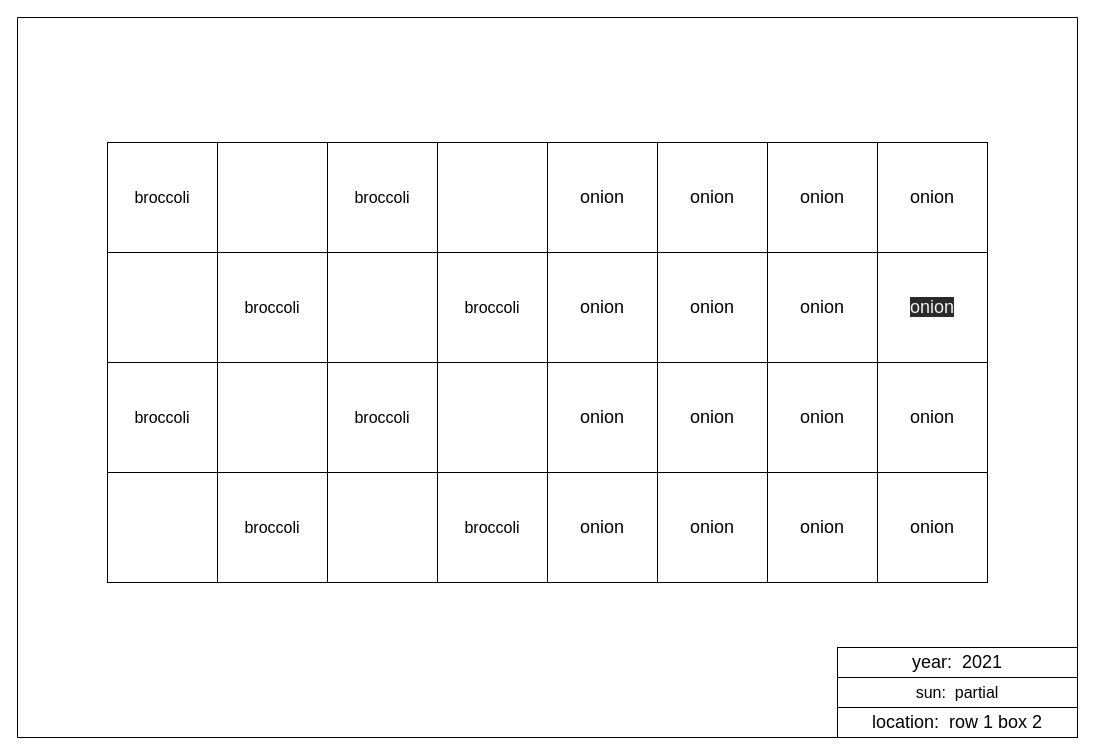
This is page "r1b2" (3 of 8) of garden-layout.drawio from jerry-burchard/garden-2022, a draw.io file, before an edit. Source tidied: cells renumbered, new cells numbered last; positions are measured from the earlier drawing's top-left corner, leaving out a move shared by most shapes. Both pictures are drawn from the tidied source at 100%, with x=0, y=0 at pixel (17, 17).
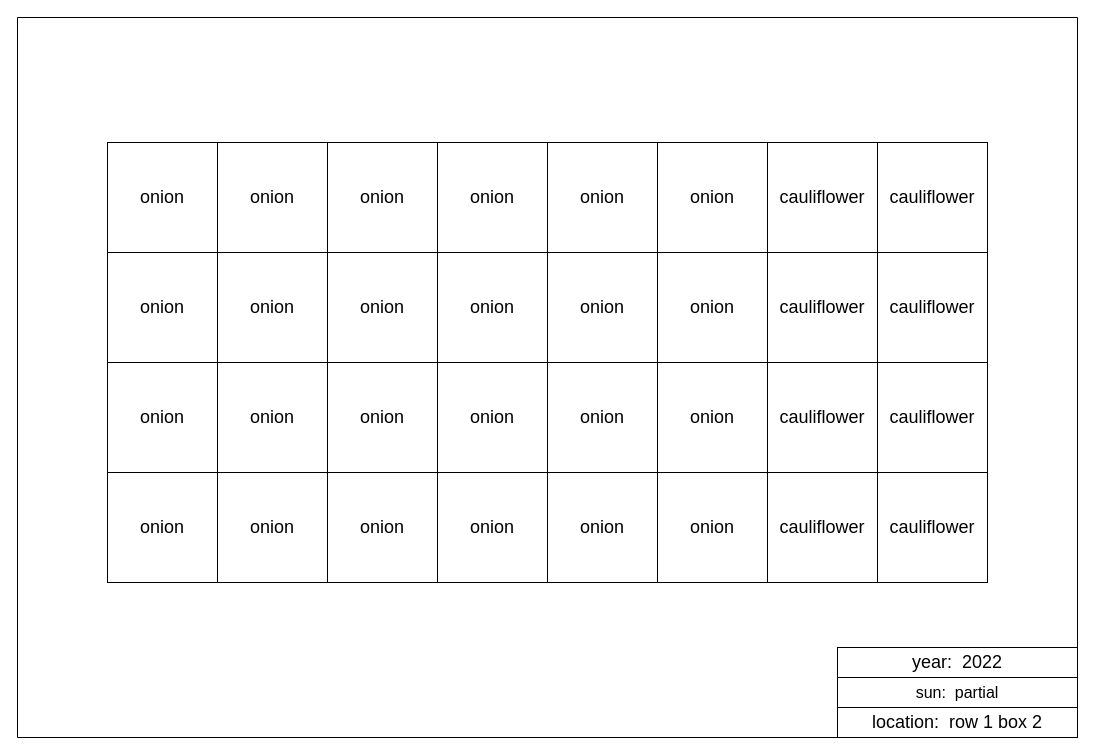
The same diagram, later.

Change to the diagram source:
```diff
@@
-    <mxCell id="2" value="&lt;span style=&quot;font-size: medium&quot;&gt;broccoli&lt;/span&gt;" style="whiteSpace=wrap;html=1;" parent="1" vertex="1">
+    <mxCell id="2" value="&lt;span style=&quot;font-size: 18px&quot;&gt;onion&lt;/span&gt;" style="whiteSpace=wrap;html=1;" parent="1" vertex="1">
       <mxGeometry x="90" y="125" width="110" height="110" as="geometry" />
     </mxCell>
-    <mxCell id="3" style="whiteSpace=wrap;html=1;" parent="1" vertex="1">
+    <mxCell id="3" value="&lt;span style=&quot;font-size: 18px&quot;&gt;onion&lt;/span&gt;" style="whiteSpace=wrap;html=1;" parent="1" vertex="1">
       <mxGeometry x="200" y="125" width="110" height="110" as="geometry" />
     </mxCell>
@@
-    <mxCell id="8" value="&lt;font style=&quot;font-size: 18px&quot;&gt;year:&amp;nbsp; 2021&lt;/font&gt;" style="rounded=0;whiteSpace=wrap;html=1;" parent="1" vertex="1">
+    <mxCell id="8" value="&lt;font style=&quot;font-size: 18px&quot;&gt;year:&amp;nbsp; 2022&lt;/font&gt;" style="rounded=0;whiteSpace=wrap;html=1;" parent="1" vertex="1">
       <mxGeometry x="820" y="630" width="240" height="30" as="geometry" />
     </mxCell>
@@
-    <mxCell id="11" style="whiteSpace=wrap;html=1;" parent="1" vertex="1">
+    <mxCell id="11" value="&lt;span style=&quot;font-size: 18px&quot;&gt;onion&lt;/span&gt;" style="whiteSpace=wrap;html=1;" parent="1" vertex="1">
       <mxGeometry x="90" y="235" width="110" height="110" as="geometry" />
     </mxCell>
-    <mxCell id="12" value="&lt;span style=&quot;font-size: medium&quot;&gt;broccoli&lt;/span&gt;" style="whiteSpace=wrap;html=1;" parent="1" vertex="1">
+    <mxCell id="12" value="&lt;span style=&quot;font-size: 18px&quot;&gt;onion&lt;/span&gt;" style="whiteSpace=wrap;html=1;" parent="1" vertex="1">
       <mxGeometry x="90" y="345" width="110" height="110" as="geometry" />
     </mxCell>
-    <mxCell id="13" style="whiteSpace=wrap;html=1;" parent="1" vertex="1">
+    <mxCell id="13" value="&lt;span style=&quot;font-size: 18px&quot;&gt;onion&lt;/span&gt;" style="whiteSpace=wrap;html=1;" parent="1" vertex="1">
       <mxGeometry x="90" y="455" width="110" height="110" as="geometry" />
     </mxCell>
-    <mxCell id="14" value="&lt;span style=&quot;font-size: medium&quot;&gt;broccoli&lt;/span&gt;" style="whiteSpace=wrap;html=1;" parent="1" vertex="1">
+    <mxCell id="14" value="&lt;span style=&quot;font-size: 18px&quot;&gt;onion&lt;/span&gt;" style="whiteSpace=wrap;html=1;" parent="1" vertex="1">
       <mxGeometry x="200" y="235" width="110" height="110" as="geometry" />
     </mxCell>
-    <mxCell id="15" style="whiteSpace=wrap;html=1;" parent="1" vertex="1">
+    <mxCell id="15" value="&lt;span style=&quot;font-size: 18px&quot;&gt;onion&lt;/span&gt;" style="whiteSpace=wrap;html=1;" parent="1" vertex="1">
       <mxGeometry x="200" y="345" width="110" height="110" as="geometry" />
     </mxCell>
-    <mxCell id="16" value="&lt;span style=&quot;font-size: medium&quot;&gt;broccoli&lt;/span&gt;" style="whiteSpace=wrap;html=1;" parent="1" vertex="1">
+    <mxCell id="16" value="&lt;span style=&quot;font-size: 18px&quot;&gt;onion&lt;/span&gt;" style="whiteSpace=wrap;html=1;" parent="1" vertex="1">
       <mxGeometry x="200" y="455" width="110" height="110" as="geometry" />
     </mxCell>
-    <mxCell id="17" value="&lt;span style=&quot;font-size: medium&quot;&gt;broccoli&lt;/span&gt;" style="whiteSpace=wrap;html=1;" parent="1" vertex="1">
+    <mxCell id="17" value="&lt;span style=&quot;font-size: 18px&quot;&gt;onion&lt;/span&gt;" style="whiteSpace=wrap;html=1;" parent="1" vertex="1">
       <mxGeometry x="310" y="125" width="110" height="110" as="geometry" />
     </mxCell>
-    <mxCell id="18" style="whiteSpace=wrap;html=1;" parent="1" vertex="1">
+    <mxCell id="18" value="&lt;span style=&quot;font-size: 18px&quot;&gt;onion&lt;/span&gt;" style="whiteSpace=wrap;html=1;" parent="1" vertex="1">
       <mxGeometry x="310" y="235" width="110" height="110" as="geometry" />
     </mxCell>
-    <mxCell id="19" value="&lt;span style=&quot;font-size: medium&quot;&gt;broccoli&lt;/span&gt;" style="whiteSpace=wrap;html=1;" parent="1" vertex="1">
+    <mxCell id="19" value="&lt;span style=&quot;font-size: 18px&quot;&gt;onion&lt;/span&gt;" style="whiteSpace=wrap;html=1;" parent="1" vertex="1">
       <mxGeometry x="310" y="345" width="110" height="110" as="geometry" />
     </mxCell>
-    <mxCell id="20" style="whiteSpace=wrap;html=1;" parent="1" vertex="1">
+    <mxCell id="20" value="&lt;span style=&quot;font-size: 18px&quot;&gt;onion&lt;/span&gt;" style="whiteSpace=wrap;html=1;" parent="1" vertex="1">
       <mxGeometry x="310" y="455" width="110" height="110" as="geometry" />
     </mxCell>
-    <mxCell id="21" style="whiteSpace=wrap;html=1;" parent="1" vertex="1">
+    <mxCell id="21" value="&lt;span style=&quot;font-size: 18px&quot;&gt;onion&lt;/span&gt;" style="whiteSpace=wrap;html=1;" parent="1" vertex="1">
       <mxGeometry x="420" y="125" width="110" height="110" as="geometry" />
     </mxCell>
-    <mxCell id="22" value="&lt;span style=&quot;font-size: medium&quot;&gt;broccoli&lt;/span&gt;" style="whiteSpace=wrap;html=1;" parent="1" vertex="1">
+    <mxCell id="22" value="&lt;span style=&quot;font-size: 18px&quot;&gt;onion&lt;/span&gt;" style="whiteSpace=wrap;html=1;" parent="1" vertex="1">
       <mxGeometry x="420" y="235" width="110" height="110" as="geometry" />
     </mxCell>
-    <mxCell id="23" style="whiteSpace=wrap;html=1;" parent="1" vertex="1">
+    <mxCell id="23" value="&lt;span style=&quot;font-size: 18px&quot;&gt;onion&lt;/span&gt;" style="whiteSpace=wrap;html=1;" parent="1" vertex="1">
       <mxGeometry x="420" y="345" width="110" height="110" as="geometry" />
     </mxCell>
-    <mxCell id="24" value="&lt;span style=&quot;font-size: medium&quot;&gt;broccoli&lt;/span&gt;" style="whiteSpace=wrap;html=1;" parent="1" vertex="1">
+    <mxCell id="24" value="&lt;span style=&quot;font-size: 18px&quot;&gt;onion&lt;/span&gt;" style="whiteSpace=wrap;html=1;" parent="1" vertex="1">
       <mxGeometry x="420" y="455" width="110" height="110" as="geometry" />
     </mxCell>
@@
-    <mxCell id="33" value="&lt;span style=&quot;font-size: 18px&quot;&gt;onion&lt;/span&gt;" style="whiteSpace=wrap;html=1;" parent="1" vertex="1">
+    <mxCell id="33" value="&lt;span style=&quot;font-size: 18px&quot;&gt;cauliflower&lt;/span&gt;" style="whiteSpace=wrap;html=1;" parent="1" vertex="1">
       <mxGeometry x="750" y="125" width="110" height="110" as="geometry" />
     </mxCell>
-    <mxCell id="34" value="&lt;span style=&quot;font-size: 18px&quot;&gt;onion&lt;/span&gt;" style="whiteSpace=wrap;html=1;" parent="1" vertex="1">
+    <mxCell id="34" value="&lt;span style=&quot;font-size: 18px&quot;&gt;cauliflower&lt;/span&gt;" style="whiteSpace=wrap;html=1;" parent="1" vertex="1">
       <mxGeometry x="750" y="235" width="110" height="110" as="geometry" />
     </mxCell>
-    <mxCell id="35" value="&lt;span style=&quot;font-size: 18px&quot;&gt;onion&lt;/span&gt;" style="whiteSpace=wrap;html=1;" parent="1" vertex="1">
+    <mxCell id="35" value="&lt;span style=&quot;font-size: 18px&quot;&gt;cauliflower&lt;/span&gt;" style="whiteSpace=wrap;html=1;" parent="1" vertex="1">
       <mxGeometry x="750" y="345" width="110" height="110" as="geometry" />
     </mxCell>
-    <mxCell id="36" value="&lt;span style=&quot;font-size: 18px&quot;&gt;onion&lt;/span&gt;" style="whiteSpace=wrap;html=1;" parent="1" vertex="1">
+    <mxCell id="36" value="&lt;span style=&quot;font-size: 18px&quot;&gt;cauliflower&lt;/span&gt;" style="whiteSpace=wrap;html=1;" parent="1" vertex="1">
       <mxGeometry x="750" y="455" width="110" height="110" as="geometry" />
     </mxCell>
-    <mxCell id="37" value="&lt;span style=&quot;font-size: 18px&quot;&gt;onion&lt;/span&gt;" style="whiteSpace=wrap;html=1;" parent="1" vertex="1">
+    <mxCell id="37" value="&lt;span style=&quot;font-size: 18px&quot;&gt;cauliflower&lt;/span&gt;" style="whiteSpace=wrap;html=1;" parent="1" vertex="1">
       <mxGeometry x="860" y="125" width="110" height="110" as="geometry" />
     </mxCell>
-    <mxCell id="38" value="&#10;&#10;&lt;span style=&quot;color: rgb(240, 240, 240); font-family: helvetica; font-size: 18px; font-style: normal; font-weight: 400; letter-spacing: normal; text-align: center; text-indent: 0px; text-transform: none; word-spacing: 0px; background-color: rgb(42, 42, 42); display: inline; float: none;&quot;&gt;onion&lt;/span&gt;&#10;&#10;" style="whiteSpace=wrap;html=1;" parent="1" vertex="1">
+    <mxCell id="38" value="&lt;span style=&quot;font-size: 18px&quot;&gt;cauliflower&lt;/span&gt;" style="whiteSpace=wrap;html=1;" parent="1" vertex="1">
       <mxGeometry x="860" y="235" width="110" height="110" as="geometry" />
     </mxCell>
-    <mxCell id="39" value="&lt;span style=&quot;font-size: 18px&quot;&gt;onion&lt;/span&gt;" style="whiteSpace=wrap;html=1;" parent="1" vertex="1">
+    <mxCell id="39" value="&lt;span style=&quot;font-size: 18px&quot;&gt;cauliflower&lt;/span&gt;" style="whiteSpace=wrap;html=1;" parent="1" vertex="1">
       <mxGeometry x="860" y="345" width="110" height="110" as="geometry" />
     </mxCell>
-    <mxCell id="40" value="&lt;span style=&quot;font-size: 18px&quot;&gt;onion&lt;/span&gt;" style="whiteSpace=wrap;html=1;" parent="1" vertex="1">
+    <mxCell id="40" value="&lt;span style=&quot;font-size: 18px&quot;&gt;cauliflower&lt;/span&gt;" style="whiteSpace=wrap;html=1;" parent="1" vertex="1">
       <mxGeometry x="860" y="455" width="110" height="110" as="geometry" />
     </mxCell>
```
